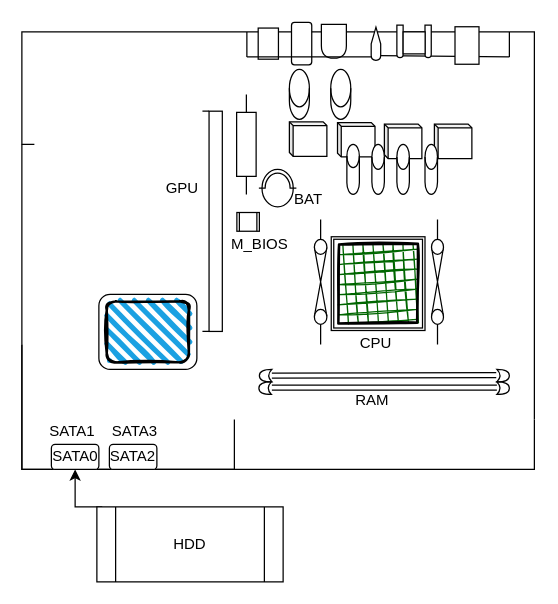
This is Untitled Diagram.drawio from Christcherubia/OpenClassroomsProject, a draw.io file, before an edit. Source tidied: cells renumbered, new cells numbered last; positions are measured from the earlier drawing's top-left corner, leaving out a move shared by most shapes. Both pictures are drawn from the tidied source at 125%, with x=0, y=0 at pixel (21, 25).
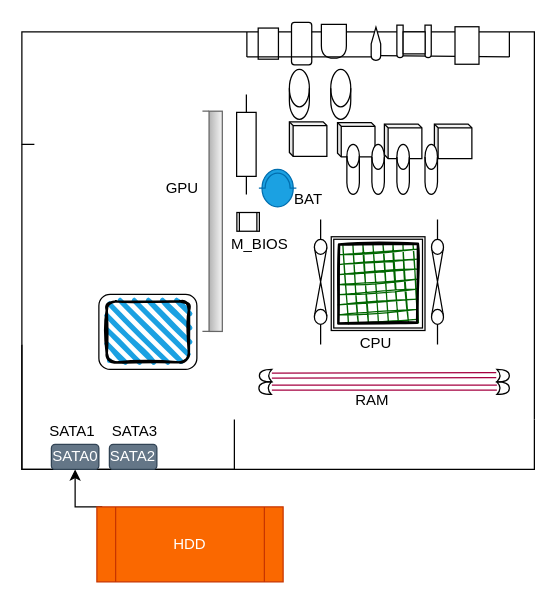
The same diagram, later.

Change to the diagram source:
```diff
@@
-    <mxCell id="9" style="verticalLabelPosition=bottom;shadow=0;dashed=0;align=center;html=1;verticalAlign=top;shape=mxgraph.electrical.miscellaneous.illuminating_bulb;" parent="1" vertex="1">
+    <mxCell id="9" style="verticalLabelPosition=bottom;shadow=0;dashed=0;align=center;html=1;verticalAlign=top;shape=mxgraph.electrical.miscellaneous.illuminating_bulb;fillColor=#1ba1e2;strokeColor=#006EAF;fontColor=#ffffff;" parent="1" vertex="1">
       <mxGeometry x="189.6" y="115" width="30" height="30" as="geometry" />
     </mxCell>
@@
-    <mxCell id="22" style="verticalLabelPosition=bottom;shadow=0;dashed=0;align=center;html=1;verticalAlign=top;shape=mxgraph.electrical.inductors.inductor_1;rotation=90;" parent="1" vertex="1">
+    <mxCell id="22" style="verticalLabelPosition=bottom;shadow=0;dashed=0;align=center;html=1;verticalAlign=top;shape=mxgraph.electrical.inductors.inductor_1;rotation=90;gradientColor=#b3b3b3;fillColor=#f5f5f5;strokeColor=#666666;" parent="1" vertex="1">
       <mxGeometry x="64.3" y="148.6" width="176.2" height="15.9" as="geometry" />
     </mxCell>
@@
-    <mxCell id="26" value="SATA0" style="rounded=1;whiteSpace=wrap;html=1;" parent="1" vertex="1">
+    <mxCell id="26" value="SATA0" style="rounded=1;whiteSpace=wrap;html=1;fillColor=#647687;strokeColor=#314354;fontColor=#ffffff;" parent="1" vertex="1">
       <mxGeometry x="23.6" y="335" width="38" height="20" as="geometry" />
     </mxCell>
-    <mxCell id="27" value="SATA2" style="rounded=1;whiteSpace=wrap;html=1;" parent="1" vertex="1">
+    <mxCell id="27" value="SATA2" style="rounded=1;whiteSpace=wrap;html=1;fillColor=#647687;strokeColor=#314354;fontColor=#ffffff;" parent="1" vertex="1">
       <mxGeometry x="70" y="335" width="38" height="20" as="geometry" />
     </mxCell>
@@
-    <mxCell id="29" value="HDD" style="shape=process;whiteSpace=wrap;html=1;backgroundOutline=1;" parent="1" vertex="1">
+    <mxCell id="29" value="HDD" style="shape=process;whiteSpace=wrap;html=1;backgroundOutline=1;fillColor=#fa6800;strokeColor=#C73500;fontColor=#ffffff;" parent="1" vertex="1">
       <mxGeometry x="60" y="385" width="149" height="60" as="geometry" />
     </mxCell>
@@
-    <mxCell id="35" style="shape=link;html=1;" parent="1" edge="1">
+    <mxCell id="35" style="shape=link;html=1;fillColor=#d80073;strokeColor=#A50040;" parent="1" edge="1">
       <mxGeometry relative="1" as="geometry">
         <mxPoint x="200" y="280" as="sourcePoint" />
         <mxPoint x="379.5" y="279.5" as="targetPoint" />
       </mxGeometry>
     </mxCell>
-    <mxCell id="36" style="shape=link;html=1;" parent="1" edge="1">
+    <mxCell id="36" style="shape=link;html=1;fillColor=#d80073;strokeColor=#A50040;" parent="1" edge="1">
       <mxGeometry relative="1" as="geometry">
         <mxPoint x="200" y="289.5" as="sourcePoint" />
         <mxPoint x="380" y="289.5" as="targetPoint" />
       </mxGeometry>
     </mxCell>
```
